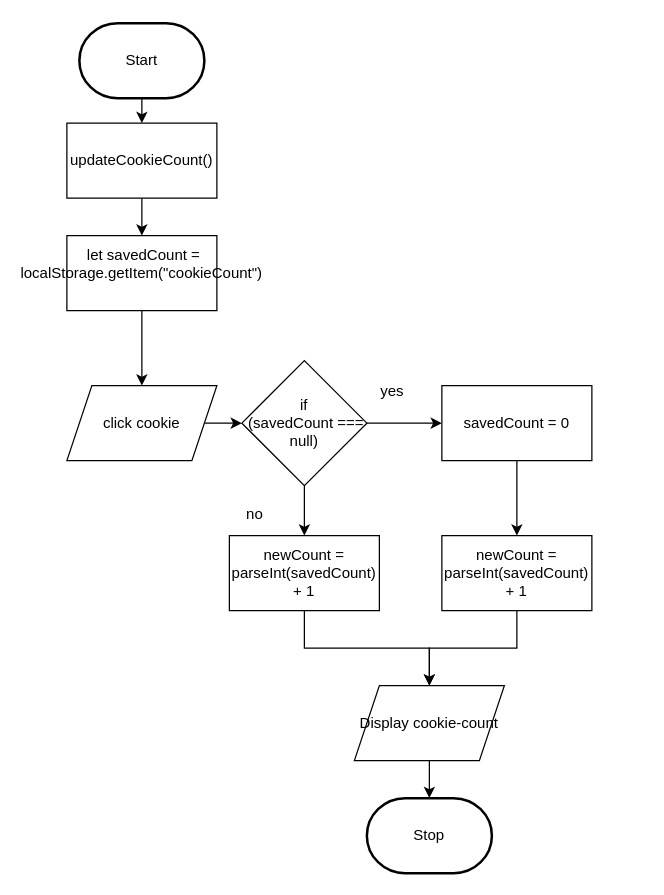
MTHS-ICD2O-1-2024/ICD2O-Unit-6-02-Devin-boucher keeps this draw.io diagram as design/flowchart.drawio. Above is the earlier version. Source tidied: cells renumbered, new cells numbered last; positions are measured from the earlier drawing's top-left corner, leaving out a move shared by most shapes. Both pictures are drawn from the tidied source at 125%, with x=0, y=0 at pixel (66, 22).
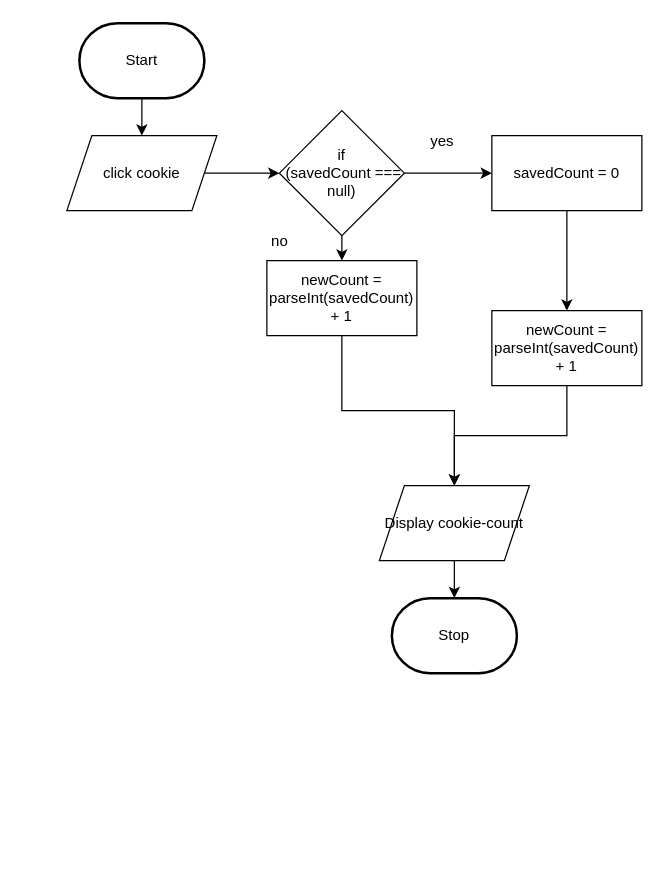
Above is the later version.

Commit message (it also covers changes not shown here):
made flowchart

Unchanged cells that the change refers to:
```xml
<mxCell id="3" value="Start" style="strokeWidth=2;html=1;shape=mxgraph.flowchart.terminator;whiteSpace=wrap;" parent="1" vertex="1">
  <mxGeometry x="10" width="100" height="60" as="geometry" />
</mxCell>
```

The edit, as a diff of the source:
```diff
@@
-    <mxCell id="2" style="edgeStyle=orthogonalEdgeStyle;html=1;" parent="1" edge="1" source="3" target="8">
-      <mxGeometry relative="1" as="geometry" />
-    </mxCell>
@@
     <mxCell id="4" value="Stop" style="strokeWidth=2;html=1;shape=mxgraph.flowchart.terminator;whiteSpace=wrap;" parent="1" vertex="1">
-      <mxGeometry x="240" y="620" width="100" height="60" as="geometry" />
+      <mxGeometry x="260" y="460" width="100" height="60" as="geometry" />
     </mxCell>
@@
     <mxCell id="6" value="click cookie" style="shape=parallelogram;perimeter=parallelogramPerimeter;whiteSpace=wrap;html=1;fixedSize=1;" parent="1" vertex="1">
-      <mxGeometry y="290" width="120" height="60" as="geometry" />
+      <mxGeometry y="90" width="120" height="60" as="geometry" />
     </mxCell>
-    <mxCell id="7" style="edgeStyle=orthogonalEdgeStyle;html=1;" parent="1" edge="1" source="8" target="20">
-      <mxGeometry relative="1" as="geometry" />
-    </mxCell>
-    <mxCell id="8" value="&lt;span style=&quot;color: rgb(0, 0, 0);&quot;&gt;updateCookieCount()&lt;/span&gt;" style="whiteSpace=wrap;html=1;" parent="1" vertex="1">
-      <mxGeometry y="80" width="120" height="60" as="geometry" />
-    </mxCell>
@@
     <mxCell id="11" value="&lt;div&gt;&lt;font color=&quot;#000000&quot;&gt;&lt;span style=&quot;font-size: 12px;&quot;&gt;if&lt;/span&gt;&lt;/font&gt;&lt;/div&gt;&lt;div&gt;&lt;font color=&quot;#000000&quot;&gt;&lt;span style=&quot;font-size: 12px;&quot;&gt;&amp;nbsp;(savedCount === null)&lt;/span&gt;&lt;/font&gt;&lt;/div&gt;" style="rhombus;whiteSpace=wrap;html=1;" parent="1" vertex="1">
-      <mxGeometry x="140" y="270" width="100" height="100" as="geometry" />
+      <mxGeometry x="170" y="70" width="100" height="100" as="geometry" />
     </mxCell>
@@
     <mxCell id="13" value="&lt;div&gt;&lt;font color=&quot;#000000&quot;&gt;&lt;span style=&quot;font-size: 12px;&quot;&gt;savedCount = 0&lt;/span&gt;&lt;/font&gt;&lt;/div&gt;" style="whiteSpace=wrap;html=1;" parent="1" vertex="1">
-      <mxGeometry x="300" y="290" width="120" height="60" as="geometry" />
+      <mxGeometry x="340" y="90" width="120" height="60" as="geometry" />
     </mxCell>
     <mxCell id="14" value="yes" style="text;html=1;align=center;verticalAlign=middle;strokeColor=none;fillColor=none;" parent="1" vertex="1">
-      <mxGeometry x="240" y="280" width="40" height="30" as="geometry" />
+      <mxGeometry x="280" y="80" width="40" height="30" as="geometry" />
     </mxCell>
@@
     <mxCell id="16" value="&lt;div&gt;&lt;font color=&quot;#000000&quot;&gt;&lt;span style=&quot;font-size: 12px;&quot;&gt;newCount = parseInt(savedCount) + 1&lt;/span&gt;&lt;/font&gt;&lt;/div&gt;" style="whiteSpace=wrap;html=1;" parent="1" vertex="1">
-      <mxGeometry x="130" y="410" width="120" height="60" as="geometry" />
+      <mxGeometry x="160" y="190" width="120" height="60" as="geometry" />
     </mxCell>
@@
     <mxCell id="18" value="&lt;font color=&quot;#000000&quot;&gt;&lt;span style=&quot;font-size: 12px;&quot;&gt;newCount = parseInt(savedCount) + 1&lt;/span&gt;&lt;/font&gt;" style="whiteSpace=wrap;html=1;" parent="1" vertex="1">
-      <mxGeometry x="300" y="410" width="120" height="60" as="geometry" />
+      <mxGeometry x="340" y="230" width="120" height="60" as="geometry" />
     </mxCell>
-    <mxCell id="19" style="edgeStyle=orthogonalEdgeStyle;html=1;" parent="1" edge="1" source="20" target="6">
+    <mxCell id="19" style="edgeStyle=orthogonalEdgeStyle;html=1;" parent="1" edge="1" source="3" target="6">
       <mxGeometry relative="1" as="geometry" />
     </mxCell>
-    <mxCell id="20" value="&lt;div&gt;&lt;font color=&quot;#000000&quot;&gt;&lt;span style=&quot;font-size: 12px;&quot;&gt;&amp;nbsp;let savedCount = localStorage.getItem(&quot;cookieCount&quot;)&lt;/span&gt;&lt;/font&gt;&lt;/div&gt;&lt;div&gt;&lt;br&gt;&lt;/div&gt;" style="whiteSpace=wrap;html=1;" parent="1" vertex="1">
-      <mxGeometry y="170" width="120" height="60" as="geometry" />
-    </mxCell>
@@
     <mxCell id="22" value="Display&amp;nbsp;cookie-count" style="shape=parallelogram;perimeter=parallelogramPerimeter;whiteSpace=wrap;html=1;fixedSize=1;" parent="1" vertex="1">
-      <mxGeometry x="230" y="530" width="120" height="60" as="geometry" />
+      <mxGeometry x="250" y="370" width="120" height="60" as="geometry" />
     </mxCell>
     <mxCell id="23" value="no" style="text;html=1;align=center;verticalAlign=middle;strokeColor=none;fillColor=none;" parent="1" vertex="1">
-      <mxGeometry x="130" y="378" width="40" height="30" as="geometry" />
+      <mxGeometry x="150" y="160" width="40" height="30" as="geometry" />
     </mxCell>
```
